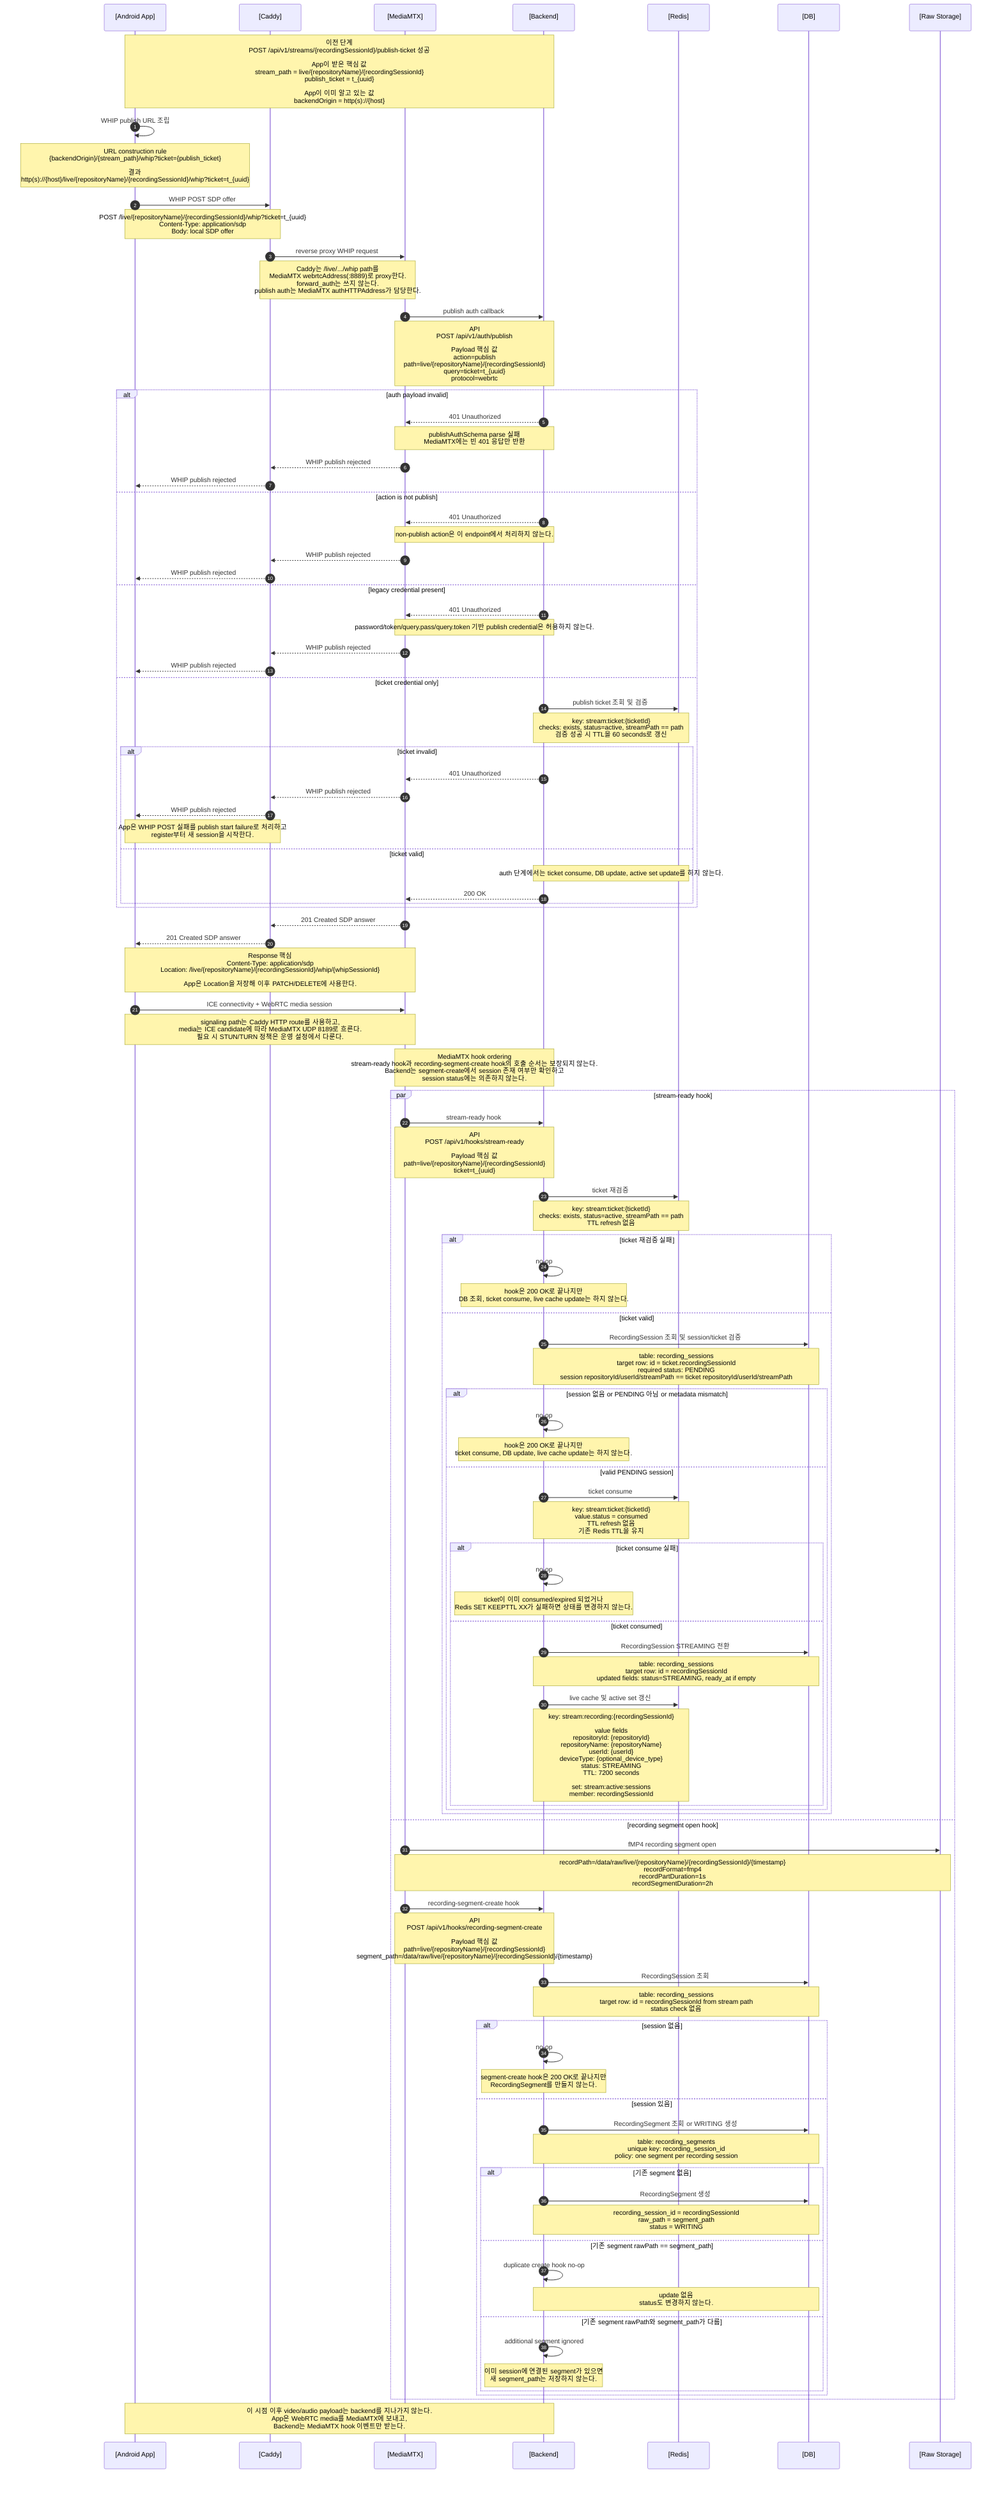
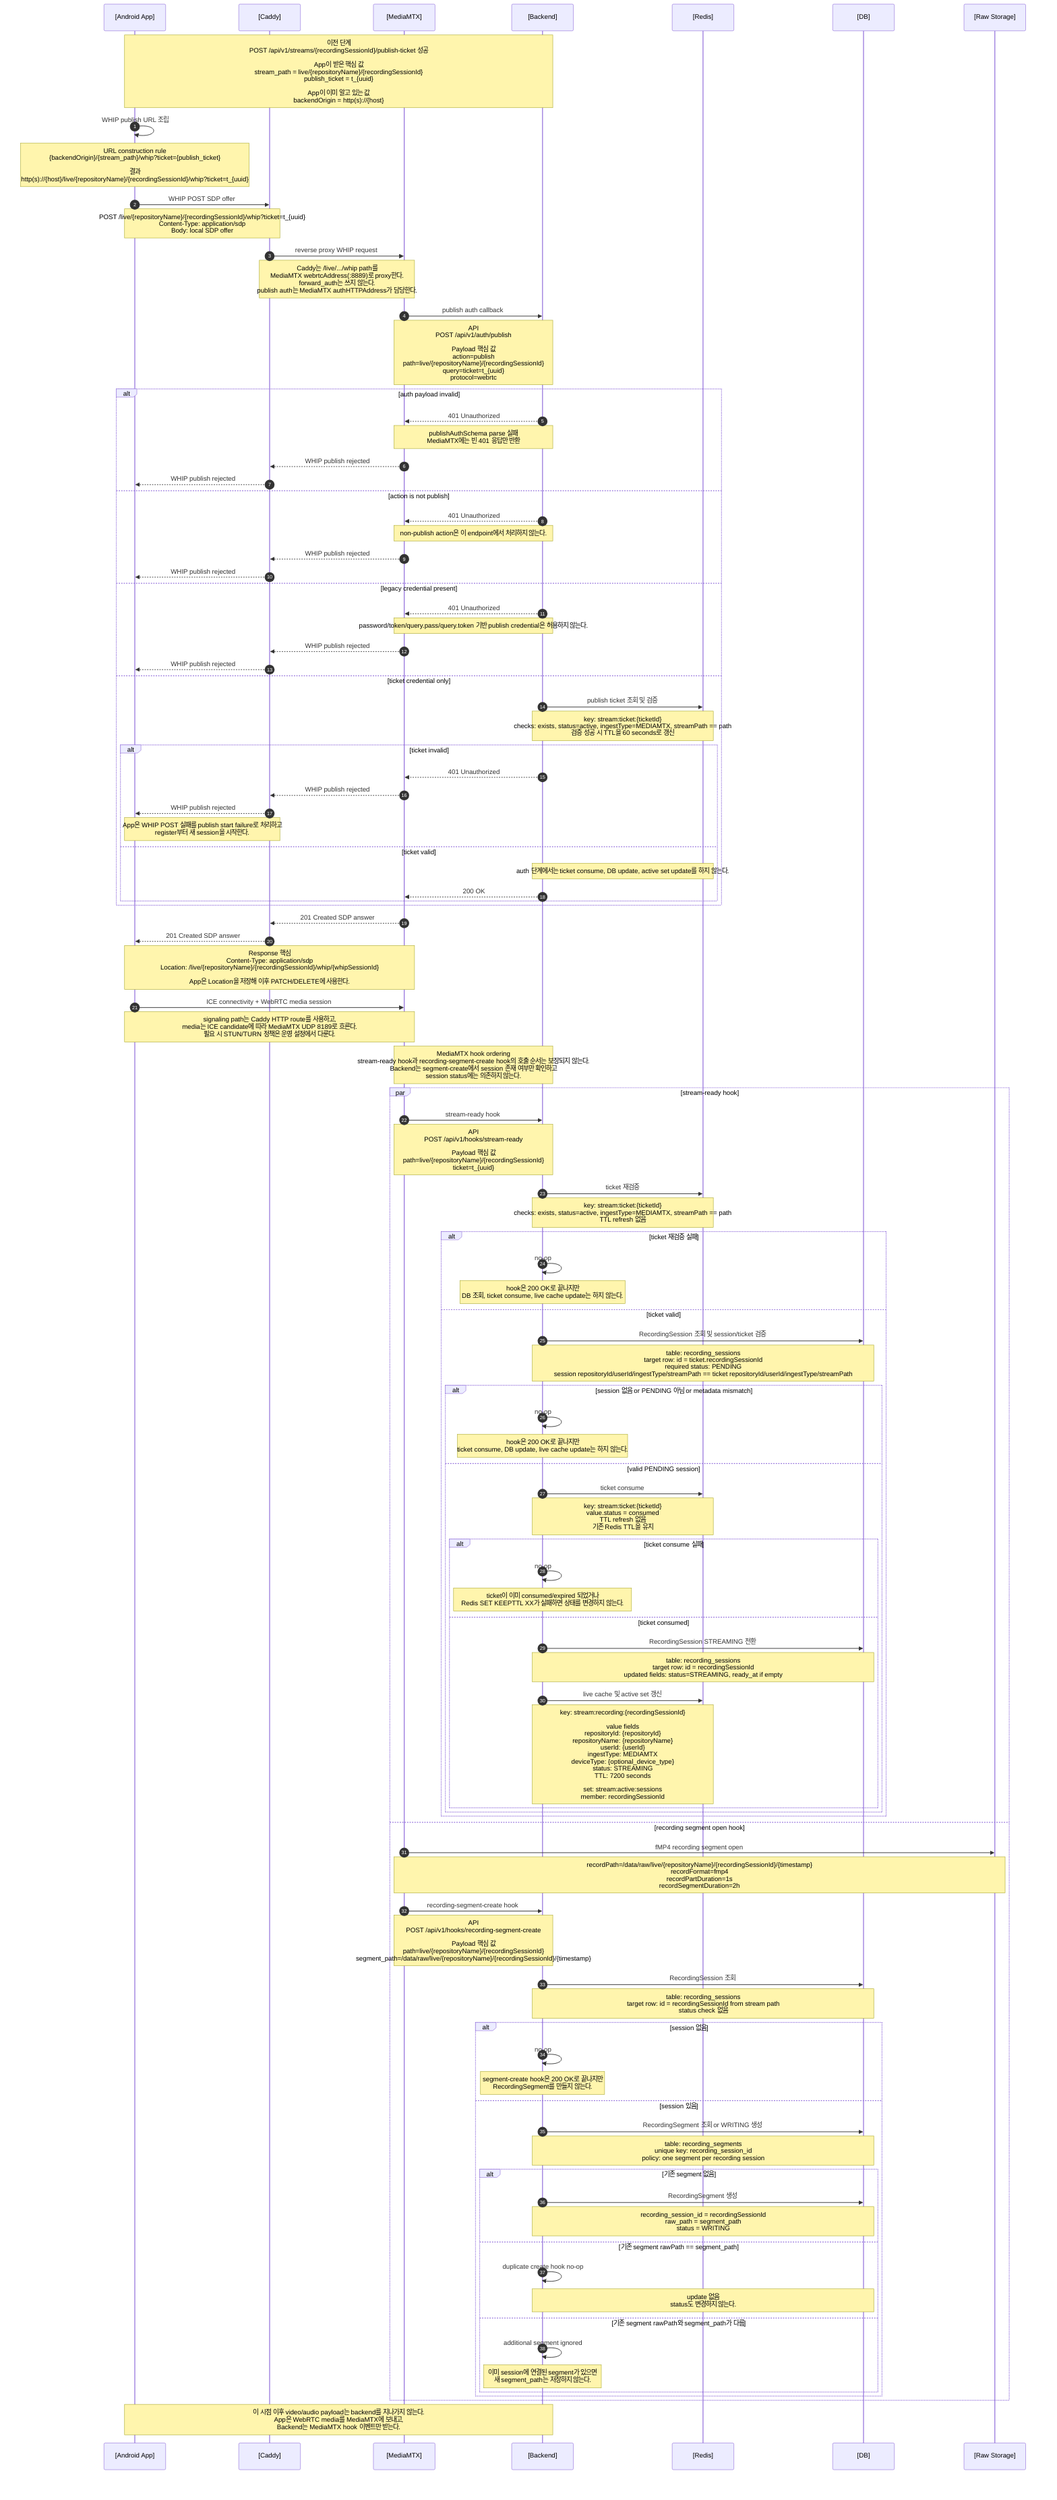
sequenceDiagram
  autonumber
  participant App as [Android App]
  participant Caddy as [Caddy]
  participant MTX as [MediaMTX]
  participant Backend as [Backend]
  participant Redis as [Redis]
  participant DB as [DB]
  participant Storage as [Raw Storage]

  Note over App,Backend: 이전 단계<br/>POST /api/v1/streams/{recordingSessionId}/publish-ticket 성공<br/><br/>App이 받은 핵심 값<br/>stream_path = live/{repositoryName}/{recordingSessionId}<br/>publish_ticket = t_{uuid}<br/><br/>App이 이미 알고 있는 값<br/>backendOrigin = http(s)://{host}

  App->>App: WHIP publish URL 조립
  Note over App: URL construction rule<br/>{backendOrigin}/{stream_path}/whip?ticket={publish_ticket}<br/><br/>결과<br/>http(s)://{host}/live/{repositoryName}/{recordingSessionId}/whip?ticket=t_{uuid}

  App->>Caddy: WHIP POST SDP offer
  Note over App,Caddy: POST /live/{repositoryName}/{recordingSessionId}/whip?ticket=t_{uuid}<br/>Content-Type: application/sdp<br/>Body: local SDP offer

  Caddy->>MTX: reverse proxy WHIP request
  Note over Caddy,MTX: Caddy는 /live/.../whip path를<br/>MediaMTX webrtcAddress(:8889)로 proxy한다.<br/>forward_auth는 쓰지 않는다.<br/>publish auth는 MediaMTX authHTTPAddress가 담당한다.

  MTX->>Backend: publish auth callback
  Note over MTX,Backend: API<br/>POST /api/v1/auth/publish<br/><br/>Payload 핵심 값<br/>action=publish<br/>path=live/{repositoryName}/{recordingSessionId}<br/>query=ticket=t_{uuid}<br/>protocol=webrtc

  alt auth payload invalid
    Backend-->>MTX: 401 Unauthorized
    Note over Backend,MTX: publishAuthSchema parse 실패<br/>MediaMTX에는 빈 401 응답만 반환
    MTX-->>Caddy: WHIP publish rejected
    Caddy-->>App: WHIP publish rejected
  else action is not publish
    Backend-->>MTX: 401 Unauthorized
    Note over Backend,MTX: non-publish action은 이 endpoint에서 처리하지 않는다.
    MTX-->>Caddy: WHIP publish rejected
    Caddy-->>App: WHIP publish rejected
  else legacy credential present
    Backend-->>MTX: 401 Unauthorized
    Note over Backend,MTX: password/token/query.pass/query.token 기반 publish credential은 허용하지 않는다.
    MTX-->>Caddy: WHIP publish rejected
    Caddy-->>App: WHIP publish rejected
  else ticket credential only
    Backend->>Redis: publish ticket 조회 및 검증
-     Note over Backend,Redis: key: stream:ticket:{ticketId}<br/>checks: exists, status=active, streamPath == path<br/>검증 성공 시 TTL을 60 seconds로 갱신
+     Note over Backend,Redis: key: stream:ticket:{ticketId}<br/>checks: exists, status=active, ingestType=MEDIAMTX, streamPath == path<br/>검증 성공 시 TTL을 60 seconds로 갱신

    alt ticket invalid
      Backend-->>MTX: 401 Unauthorized
      MTX-->>Caddy: WHIP publish rejected
      Caddy-->>App: WHIP publish rejected
      Note over App,Caddy: App은 WHIP POST 실패를 publish start failure로 처리하고<br/>register부터 새 session을 시작한다.
    else ticket valid
      Note over Backend,Redis: auth 단계에서는 ticket consume, DB update, active set update를 하지 않는다.
      Backend-->>MTX: 200 OK
    end
  end

  MTX-->>Caddy: 201 Created SDP answer
  Caddy-->>App: 201 Created SDP answer
  Note over MTX,App: Response 핵심<br/>Content-Type: application/sdp<br/>Location: /live/{repositoryName}/{recordingSessionId}/whip/{whipSessionId}<br/><br/>App은 Location을 저장해 이후 PATCH/DELETE에 사용한다.

  App->>MTX: ICE connectivity + WebRTC media session
  Note over App,MTX: signaling path는 Caddy HTTP route를 사용하고,<br/>media는 ICE candidate에 따라 MediaMTX UDP 8189로 흐른다.<br/>필요 시 STUN/TURN 정책은 운영 설정에서 다룬다.

  Note over MTX,Backend: MediaMTX hook ordering<br/>stream-ready hook과 recording-segment-create hook의 호출 순서는 보장되지 않는다.<br/>Backend는 segment-create에서 session 존재 여부만 확인하고<br/>session status에는 의존하지 않는다.

  par stream-ready hook
    MTX->>Backend: stream-ready hook
    Note over MTX,Backend: API<br/>POST /api/v1/hooks/stream-ready<br/><br/>Payload 핵심 값<br/>path=live/{repositoryName}/{recordingSessionId}<br/>ticket=t_{uuid}

    Backend->>Redis: ticket 재검증
-     Note over Backend,Redis: key: stream:ticket:{ticketId}<br/>checks: exists, status=active, streamPath == path<br/>TTL refresh 없음
+     Note over Backend,Redis: key: stream:ticket:{ticketId}<br/>checks: exists, status=active, ingestType=MEDIAMTX, streamPath == path<br/>TTL refresh 없음

    alt ticket 재검증 실패
      Backend->>Backend: no-op
      Note over Backend: hook은 200 OK로 끝나지만<br/>DB 조회, ticket consume, live cache update는 하지 않는다.
    else ticket valid
      Backend->>DB: RecordingSession 조회 및 session/ticket 검증
-       Note over Backend,DB: table: recording_sessions<br/>target row: id = ticket.recordingSessionId<br/>required status: PENDING<br/>session repositoryId/userId/streamPath == ticket repositoryId/userId/streamPath
+       Note over Backend,DB: table: recording_sessions<br/>target row: id = ticket.recordingSessionId<br/>required status: PENDING<br/>session repositoryId/userId/ingestType/streamPath == ticket repositoryId/userId/ingestType/streamPath

      alt session 없음 or PENDING 아님 or metadata mismatch
        Backend->>Backend: no-op
        Note over Backend: hook은 200 OK로 끝나지만<br/>ticket consume, DB update, live cache update는 하지 않는다.
      else valid PENDING session
        Backend->>Redis: ticket consume
        Note over Backend,Redis: key: stream:ticket:{ticketId}<br/>value.status = consumed<br/>TTL refresh 없음<br/>기존 Redis TTL을 유지

        alt ticket consume 실패
          Backend->>Backend: no-op
          Note over Backend: ticket이 이미 consumed/expired 되었거나<br/>Redis SET KEEPTTL XX가 실패하면 상태를 변경하지 않는다.
        else ticket consumed
          Backend->>DB: RecordingSession STREAMING 전환
          Note over Backend,DB: table: recording_sessions<br/>target row: id = recordingSessionId<br/>updated fields: status=STREAMING, ready_at if empty

          Backend->>Redis: live cache 및 active set 갱신
-           Note over Backend,Redis: key: stream:recording:{recordingSessionId}<br/><br/>value fields<br/>repositoryId: {repositoryId}<br/>repositoryName: {repositoryName}<br/>userId: {userId}<br/>deviceType: {optional_device_type}<br/>status: STREAMING<br/>TTL: 7200 seconds<br/><br/>set: stream:active:sessions<br/>member: recordingSessionId
+           Note over Backend,Redis: key: stream:recording:{recordingSessionId}<br/><br/>value fields<br/>repositoryId: {repositoryId}<br/>repositoryName: {repositoryName}<br/>userId: {userId}<br/>ingestType: MEDIAMTX<br/>deviceType: {optional_device_type}<br/>status: STREAMING<br/>TTL: 7200 seconds<br/><br/>set: stream:active:sessions<br/>member: recordingSessionId
        end
      end
    end
  and recording segment open hook
    MTX->>Storage: fMP4 recording segment open
    Note over MTX,Storage: recordPath=/data/raw/live/{repositoryName}/{recordingSessionId}/{timestamp}<br/>recordFormat=fmp4<br/>recordPartDuration=1s<br/>recordSegmentDuration=2h

    MTX->>Backend: recording-segment-create hook
    Note over MTX,Backend: API<br/>POST /api/v1/hooks/recording-segment-create<br/><br/>Payload 핵심 값<br/>path=live/{repositoryName}/{recordingSessionId}<br/>segment_path=/data/raw/live/{repositoryName}/{recordingSessionId}/{timestamp}

    Backend->>DB: RecordingSession 조회
    Note over Backend,DB: table: recording_sessions<br/>target row: id = recordingSessionId from stream path<br/>status check 없음

    alt session 없음
      Backend->>Backend: no-op
      Note over Backend: segment-create hook은 200 OK로 끝나지만<br/>RecordingSegment를 만들지 않는다.
    else session 있음
      Backend->>DB: RecordingSegment 조회 or WRITING 생성
      Note over Backend,DB: table: recording_segments<br/>unique key: recording_session_id<br/>policy: one segment per recording session

      alt 기존 segment 없음
        Backend->>DB: RecordingSegment 생성
        Note over Backend,DB: recording_session_id = recordingSessionId<br/>raw_path = segment_path<br/>status = WRITING
      else 기존 segment rawPath == segment_path
        Backend->>Backend: duplicate create hook no-op
        Note over Backend,DB: update 없음<br/>status도 변경하지 않는다.
      else 기존 segment rawPath와 segment_path가 다름
        Backend->>Backend: additional segment ignored
        Note over Backend: 이미 session에 연결된 segment가 있으면<br/>새 segment_path는 저장하지 않는다.
      end
    end
  end

  Note over App,Backend: 이 시점 이후 video/audio payload는 backend를 지나가지 않는다.<br/>App은 WebRTC media를 MediaMTX에 보내고,<br/>Backend는 MediaMTX hook 이벤트만 받는다.

%% 참고:
%% 이 문서는 publish-ticket 발급 이후 WHIP publish 인증, SDP offer/answer,
%% stream-ready, live cache 등록, 첫 recording segment 생성까지만 다룬다.
%% 실제 WebRTC media 전송부터 stream 종료, hook 처리, finalize enqueue까지는
%% .mermaid/4.whip-stream.mmd에서 다룬다.
%% RTMP publish 흐름은 .mermaid/3.rtmp-publish.mmd에서 따로 다룬다.
